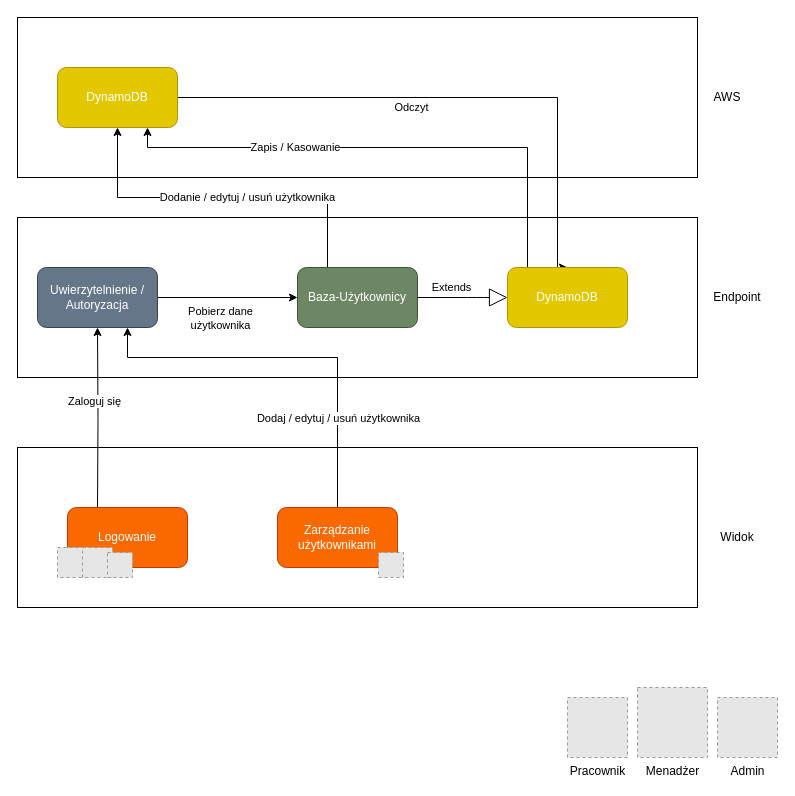
The draw.io diagram page "Logowanie / Zarządzanie Użytkownikami" (1 of 3) of Logowanie/ZarządzanieUrzytkownikami.drawio in Drucia/AWS-Rzeczy, before the edit. Source tidied: cells renumbered, new cells numbered last; positions are measured from the earlier drawing's top-left corner, leaving out a move shared by most shapes. Both pictures are drawn from the tidied source at 100%, with x=0, y=0 at pixel (17, 17). Pictures stored in the file or linked from it are replaced by grey dashed boxes.
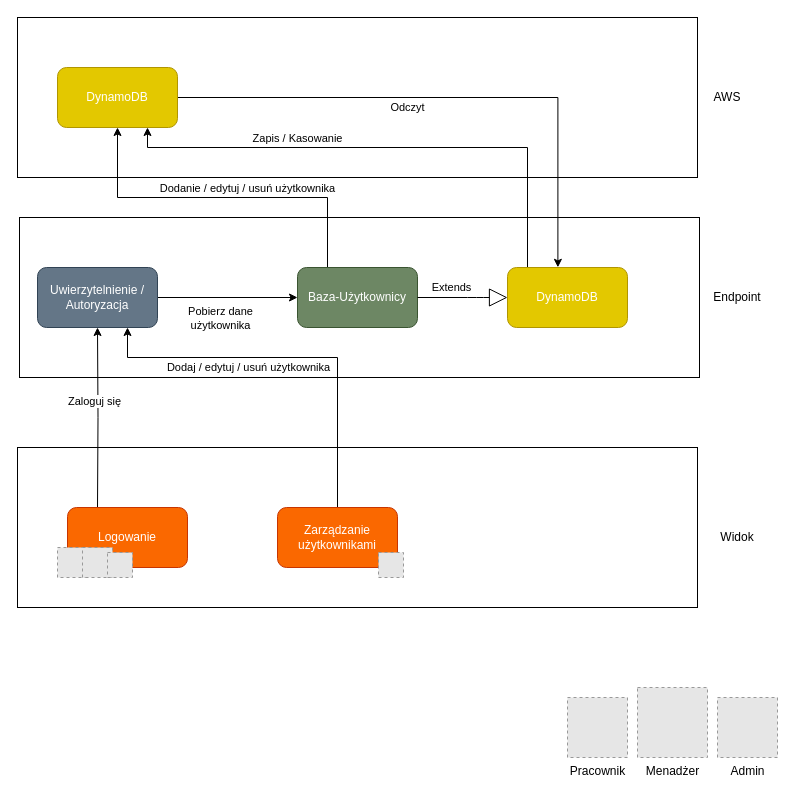
Above is the later version.

Unchanged cells that the change refers to:
```xml
<mxCell id="16" value="DynamoDB" style="rounded=1;whiteSpace=wrap;html=1;fillColor=#e3c800;strokeColor=#B09500;fontColor=#ffffff;" parent="1" vertex="1">
  <mxGeometry x="40" y="50" width="120" height="60" as="geometry" />
</mxCell>
<mxCell id="17" style="edgeStyle=orthogonalEdgeStyle;rounded=0;jettySize=auto;html=1;exitX=0.5;exitY=0;exitDx=0;exitDy=0;entryX=0.75;entryY=1;entryDx=0;entryDy=0;fillColor=#ffffff;" parent="1" edge="1" source="19" target="13">
  <mxGeometry relative="1" as="geometry">
    <Array as="points">
      <mxPoint x="320" y="340" />
      <mxPoint x="110" y="340" />
    </Array>
  </mxGeometry>
</mxCell>
<mxCell id="20" style="edgeStyle=orthogonalEdgeStyle;rounded=0;jettySize=auto;html=1;exitX=0.25;exitY=0;exitDx=0;exitDy=0;fillColor=#ffffff;" parent="1" edge="1" source="22" target="16">
  <mxGeometry relative="1" as="geometry" />
</mxCell>
<mxCell id="23" style="edgeStyle=orthogonalEdgeStyle;rounded=0;jettySize=auto;html=1;exitX=0.25;exitY=0;exitDx=0;exitDy=0;entryX=0.75;entryY=1;entryDx=0;entryDy=0;fillColor=#ffffff;" parent="1" edge="1" source="25" target="16">
  <mxGeometry relative="1" as="geometry">
    <Array as="points">
      <mxPoint x="510" y="130" />
      <mxPoint x="130" y="130" />
    </Array>
  </mxGeometry>
</mxCell>
<mxCell id="25" value="DynamoDB" style="rounded=1;whiteSpace=wrap;html=1;fillColor=#e3c800;strokeColor=#B09500;fontColor=#ffffff;" parent="1" vertex="1">
  <mxGeometry x="490" y="250" width="120" height="60" as="geometry" />
</mxCell>
```

What changed in the source:
```diff
@@
     <mxCell id="3" style="rounded=0;whiteSpace=wrap;html=1;" parent="1" vertex="1">
-      <mxGeometry y="200" width="680" height="160" as="geometry" />
+      <mxGeometry x="2" y="200" width="680" height="160" as="geometry" />
     </mxCell>
@@
-    <mxCell id="14" style="edgeStyle=orthogonalEdgeStyle;rounded=0;jettySize=auto;html=1;exitX=1;exitY=0.5;exitDx=0;exitDy=0;entryX=0.5;entryY=0;entryDx=0;entryDy=0;" parent="1" edge="1" source="16" target="25">
+    <mxCell id="14" style="edgeStyle=orthogonalEdgeStyle;rounded=0;jettySize=auto;html=1;exitX=1;exitY=0.5;exitDx=0;exitDy=0;entryX=0.42;entryY=-0.003;entryDx=0;entryDy=0;entryPerimeter=0;" parent="1" edge="1" source="16" target="25">
       <mxGeometry relative="1" as="geometry">
         <Array as="points">
           <mxPoint x="540" y="80" />
+          <mxPoint x="540" y="250" />
         </Array>
       </mxGeometry>
     </mxCell>
@@
     <mxCell id="18" value="Dodaj / edytuj / usuń użytkownika" style="edgeLabel;html=1;align=center;verticalAlign=middle;" parent="17" vertex="1">
       <mxGeometry x="-0.34" y="-2" relative="1" as="geometry">
-        <mxPoint x="-2" y="39.2" as="offset" />
+        <mxPoint x="-92" y="-11.4" as="offset" />
       </mxGeometry>
     </mxCell>
@@
     <mxCell id="21" value="Dodanie / edytuj / usuń użytkownika" style="edgeLabel;html=1;align=center;verticalAlign=middle;" parent="20" vertex="1">
-      <mxGeometry x="-0.14" y="-1" relative="1" as="geometry" />
+      <mxGeometry x="-0.14" y="-1" relative="1" as="geometry">
+        <mxPoint y="-9" as="offset" />
+      </mxGeometry>
     </mxCell>
@@
     <mxCell id="24" value="Zapis / Kasowanie" style="edgeLabel;html=1;align=center;verticalAlign=middle;" parent="23" vertex="1">
-      <mxGeometry x="0.37" y="-1" relative="1" as="geometry" />
+      <mxGeometry x="0.37" y="-1" relative="1" as="geometry">
+        <mxPoint x="2.7" y="-9" as="offset" />
+      </mxGeometry>
     </mxCell>
```
